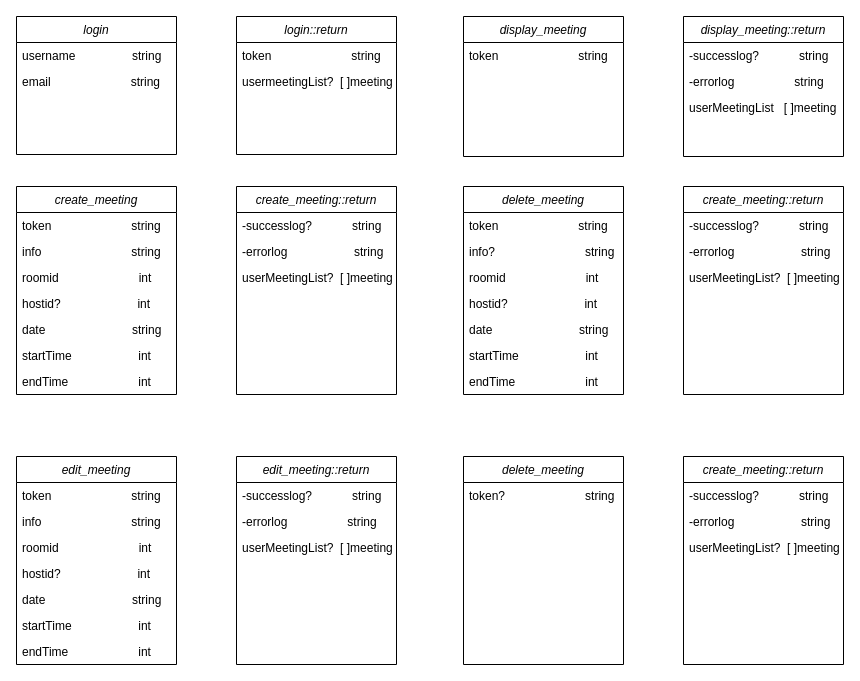
b10815061/VRRA keeps this draw.io diagram as Untitled Diagram.drawio. Above is the earlier version. Source tidied: cells renumbered, new cells numbered last; positions are measured from the earlier drawing's top-left corner, leaving out a move shared by most shapes. Both pictures are drawn from the tidied source at 100%, with x=0, y=0 at pixel (16, 16).
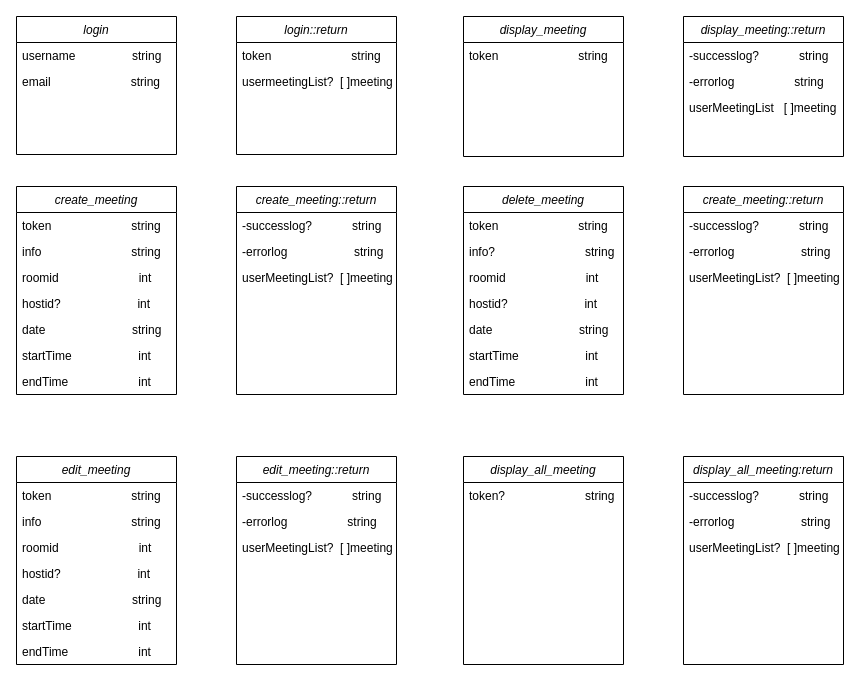
Above is the later version.

Change to the diagram source:
```diff
@@
-    <mxCell id="50" value="delete_meeting" style="swimlane;fontStyle=2;align=center;verticalAlign=top;horizontal=1;startSize=26;rounded=0;shadow=0;strokeWidth=1;" parent="1" vertex="1">
+    <mxCell id="50" value="display_all_meeting" style="swimlane;fontStyle=2;align=center;verticalAlign=top;horizontal=1;startSize=26;rounded=0;shadow=0;strokeWidth=1;" parent="1" vertex="1">
       <mxGeometry x="447" y="440" width="160" height="208" as="geometry" />
     </mxCell>
@@
-    <mxCell id="52" value="create_meeting::return" style="swimlane;fontStyle=2;align=center;verticalAlign=top;horizontal=1;startSize=26;rounded=0;shadow=0;strokeWidth=1;" parent="1" vertex="1">
+    <mxCell id="52" value="display_all_meeting:return" style="swimlane;fontStyle=2;align=center;verticalAlign=top;horizontal=1;startSize=26;rounded=0;shadow=0;strokeWidth=1;" parent="1" vertex="1">
       <mxGeometry x="667" y="440" width="160" height="208" as="geometry" />
     </mxCell>
```
